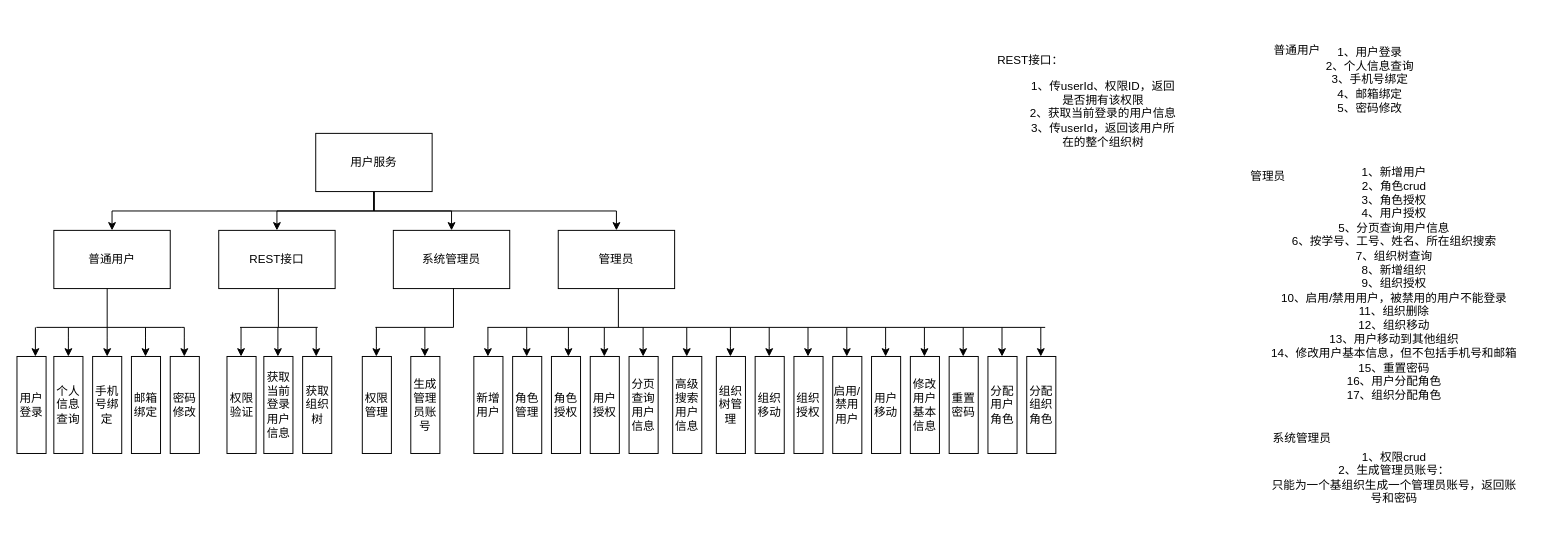
Before: page "用户服务" (2 of 4) of 毕设管理系统/功能层次图.drawio in FdfGithub/drawio, a draw.io diagram. Source tidied: cells renumbered, new cells numbered last; positions are measured from the earlier drawing's top-left corner, leaving out a move shared by most shapes. Both pictures are drawn from the tidied source at 97%, with x=0, y=0 at pixel (16, 16).
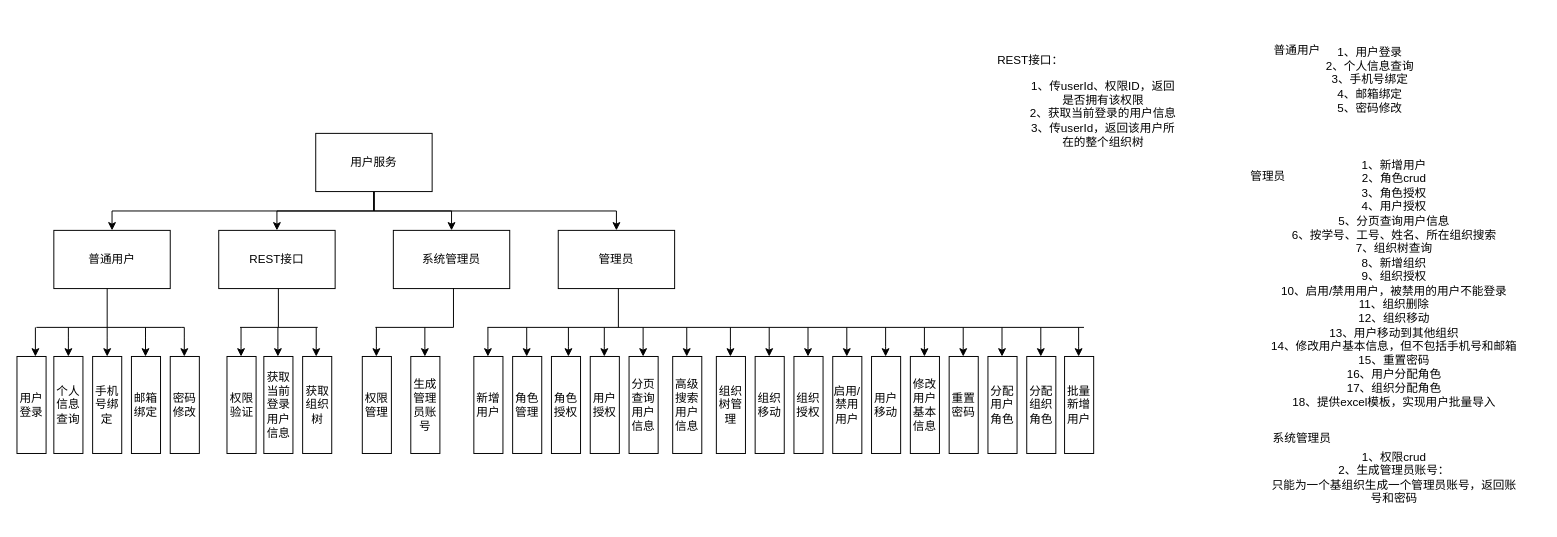
Above is the later version.

Commit message (it also covers changes not shown here):
更新功能层次图.drawio

What changed in the source:
```diff
@@
-    <mxCell id="9" value="1、新增用户&lt;br&gt;2、角色crud&lt;br&gt;3、角色授权&lt;br&gt;4、用户授权&lt;br&gt;5、分页查询用户信息&lt;br&gt;6、按学号、工号、姓名、所在组织搜索&lt;br&gt;7、组织树查询&lt;br&gt;8、新增组织&lt;br&gt;9、组织授权&lt;br&gt;10、启用/禁用用户，被禁用的用户不能登录&lt;br&gt;11、组织删除&lt;br&gt;12、组织移动&lt;br&gt;13、用户移动到其他组织&lt;br&gt;14、修改用户基本信息，但不包括手机号和邮箱&lt;br&gt;15、重置密码&lt;br&gt;16、用户分配角色&lt;br&gt;17、组织分配角色" style="text;html=1;strokeColor=none;fillColor=none;align=center;verticalAlign=middle;whiteSpace=wrap;rounded=0;" parent="1" vertex="1">
+    <mxCell id="9" value="1、新增用户&lt;br&gt;2、角色crud&lt;br&gt;3、角色授权&lt;br&gt;4、用户授权&lt;br&gt;5、分页查询用户信息&lt;br&gt;6、按学号、工号、姓名、所在组织搜索&lt;br&gt;7、组织树查询&lt;br&gt;8、新增组织&lt;br&gt;9、组织授权&lt;br&gt;10、启用/禁用用户，被禁用的用户不能登录&lt;br&gt;11、组织删除&lt;br&gt;12、组织移动&lt;br&gt;13、用户移动到其他组织&lt;br&gt;14、修改用户基本信息，但不包括手机号和邮箱&lt;br&gt;15、重置密码&lt;br&gt;16、用户分配角色&lt;br&gt;17、组织分配角色&lt;br&gt;18、提供excel模板，实现用户批量导入" style="text;html=1;strokeColor=none;fillColor=none;align=center;verticalAlign=middle;whiteSpace=wrap;rounded=0;" parent="1" vertex="1">
       <mxGeometry x="1270" y="150" width="300" height="250" as="geometry" />
     </mxCell>
@@
     <mxCell id="75" style="endArrow=none;html=1;rounded=0;" parent="1" edge="1">
       <mxGeometry relative="1" as="geometry">
         <mxPoint x="485" y="320" as="sourcePoint" />
-        <mxPoint x="1060" y="320" as="targetPoint" />
+        <mxPoint x="1100" y="320" as="targetPoint" />
       </mxGeometry>
     </mxCell>
+    <mxCell id="76" value="批量新增用户" style="rounded=0;whiteSpace=wrap;html=1;" parent="1" vertex="1">
+      <mxGeometry x="1080" y="350" width="30" height="100" as="geometry" />
+    </mxCell>
+    <mxCell id="77" style="edgeStyle=orthogonalEdgeStyle;rounded=0;orthogonalLoop=1;jettySize=auto;html=1;entryX=0.5;entryY=0;entryDx=0;entryDy=0;" parent="1" edge="1">
+      <mxGeometry relative="1" as="geometry">
+        <mxPoint x="1094.5" y="320" as="sourcePoint" />
+        <mxPoint x="1094.5" y="350" as="targetPoint" />
+        <Array as="points">
+          <mxPoint x="1094.5" y="340" />
+          <mxPoint x="1094.5" y="340" />
+        </Array>
+      </mxGeometry>
+    </mxCell>
```
